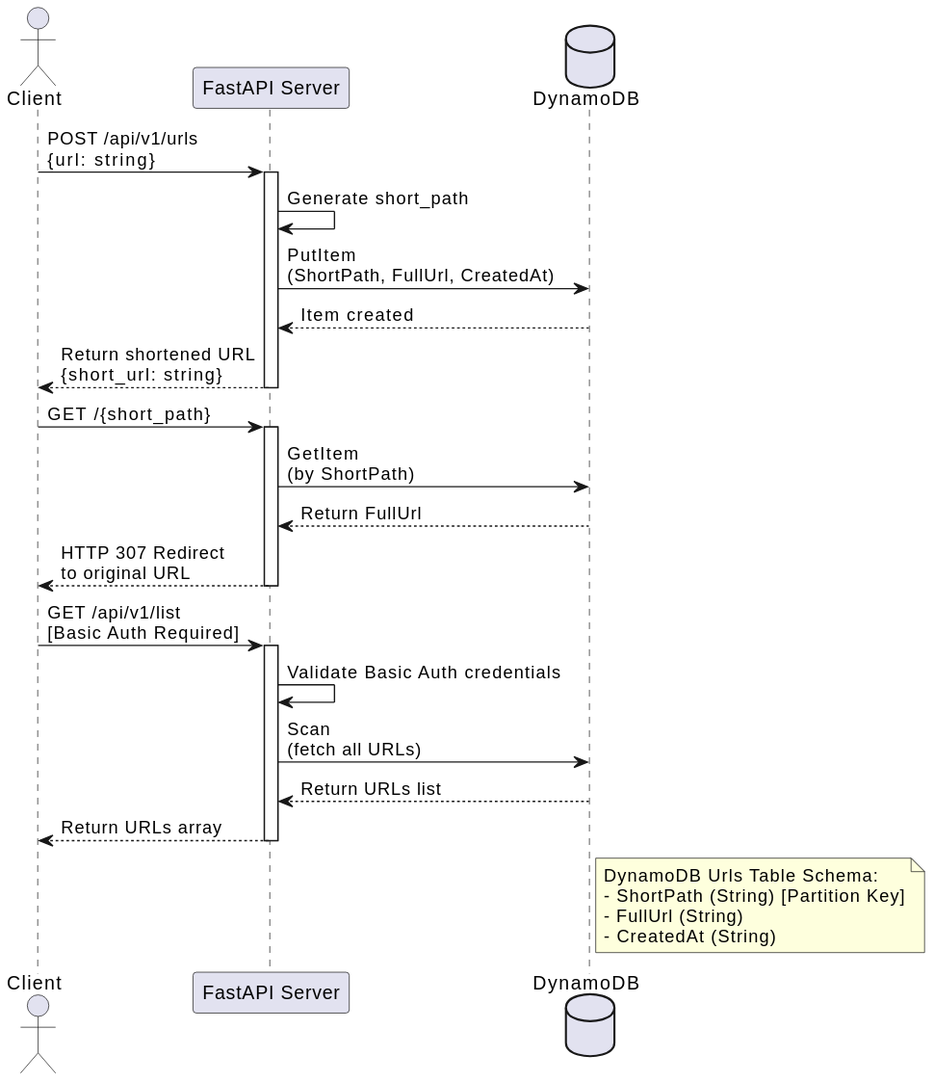
peacefulseeker/fastapi-url-shortener keeps this PlantUML diagram as demo/schema.svg. Above is the earlier version. Source of this version:
```plantuml
@startuml
skinparam backgroundColor white
skinparam handwritten false

actor Client
participant "FastAPI Server" as API
database "DynamoDB" as DynamoDB

Client -> API: POST /api/v1/urls\n{url: string}
activate API
API -> API: Generate short_path
API -> DynamoDB: PutItem\n(ShortPath, FullUrl, CreatedAt)
DynamoDB --> API: Item created
API --> Client: Return shortened URL\n{short_url: string}
deactivate API

Client -> API: GET /{short_path}
activate API
API -> DynamoDB: GetItem\n(by ShortPath)
DynamoDB --> API: Return FullUrl
API --> Client: HTTP 307 Redirect\nto original URL
deactivate API

Client -> API: GET /api/v1/list\n[Basic Auth Required]
activate API
API -> API: Validate Basic Auth credentials
API -> DynamoDB: Scan\n(fetch all URLs)
DynamoDB --> API: Return URLs list
API --> Client: Return URLs array
deactivate API

note right of DynamoDB
  DynamoDB Urls Table Schema:
  - ShortPath (String) [Partition Key]
  - FullUrl (String)
  - CreatedAt (String)
end note
@enduml
```
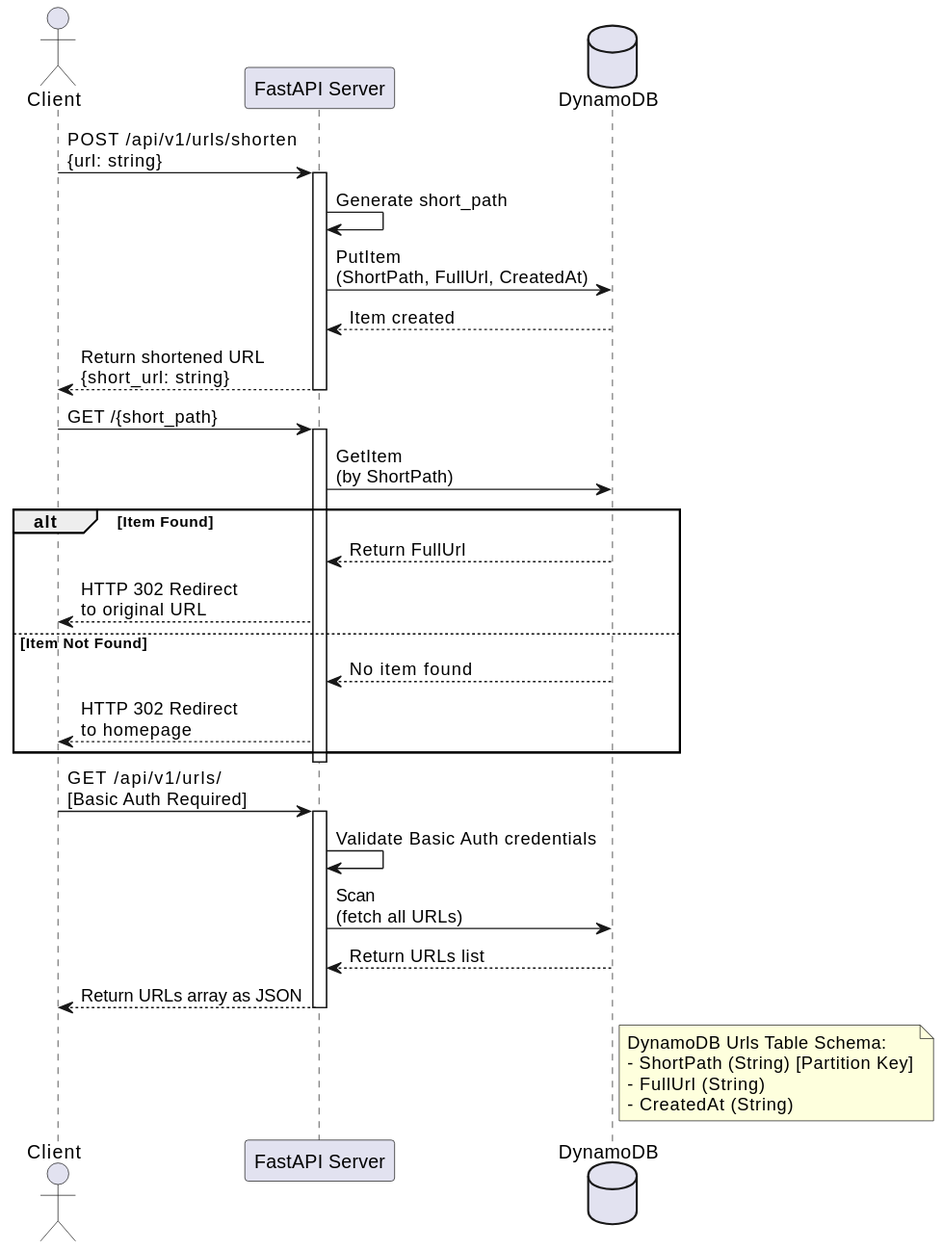
After the change.

Commit message:
Store schema.puml and generate .svg from VSCODE instructions

The edit, as a diff of the source:
```diff
@@ -1,12 +1,12 @@
 @startuml
-skinparam backgroundColor white
+skinparam backgroundColor #fff
 skinparam handwritten false
 
 actor Client
 participant "FastAPI Server" as API
 database "DynamoDB" as DynamoDB
 
-Client -> API: POST /api/v1/urls\n{url: string}
+Client -> API: POST /api/v1/urls/shorten\n{url: string}
 activate API
 API -> API: Generate short_path
 API -> DynamoDB: PutItem\n(ShortPath, FullUrl, CreatedAt)
@@ -17,16 +17,21 @@
 Client -> API: GET /{short_path}
 activate API
 API -> DynamoDB: GetItem\n(by ShortPath)
-DynamoDB --> API: Return FullUrl
-API --> Client: HTTP 307 Redirect\nto original URL
+alt Item Found
+    DynamoDB --> API: Return FullUrl
+    API --> Client: HTTP 302 Redirect\nto original URL
+else Item Not Found
+    DynamoDB --> API: No item found
+    API --> Client: HTTP 302 Redirect\nto homepage
+end
 deactivate API
 
-Client -> API: GET /api/v1/list\n[Basic Auth Required]
+Client -> API: GET /api/v1/urls/\n[Basic Auth Required]
 activate API
 API -> API: Validate Basic Auth credentials
 API -> DynamoDB: Scan\n(fetch all URLs)
 DynamoDB --> API: Return URLs list
-API --> Client: Return URLs array
+API --> Client: Return URLs array as JSON
 deactivate API
 
 note right of DynamoDB
```
